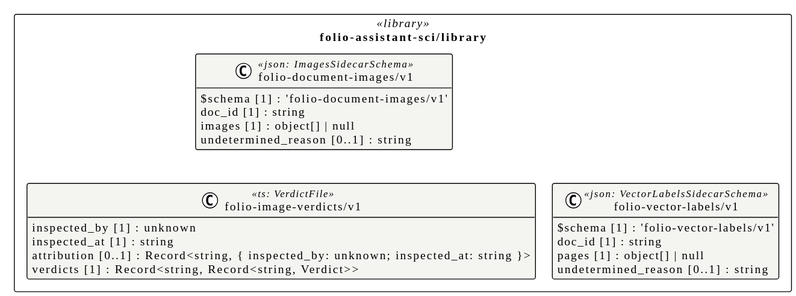
Before: assets/img/uml/overview/folio-assistant-sci/library.svg, a diagram exported from PlantUML (litlfred/smart-trust). Source of this version:
```plantuml
@startuml
!pragma layout elk
!theme plain
skinparam classAttributeIconSize 0
skinparam shadowing false
skinparam packageStyle rectangle
hide empty methods

package "folio-assistant-sci/library" as pkg_folio_assistant_sci_library <<library>> {
  class "folio-document-images/v1" as folio_assistant_sci_library_folio_document_images_v1_folio_document_images_v1 <<json: ImagesSidecarSchema>> #f4f4f1 {
    $schema [1] : 'folio-document-images/v1'
    doc_id [1] : string
    images [1] : object[] | null
    undetermined_reason [0..1] : string
  }
  class "folio-image-verdicts/v1" as folio_assistant_sci_library_folio_image_verdicts_v1 <<ts: VerdictFile>> #f4f4f1 {
    inspected_by [1] : unknown
    inspected_at [1] : string
    attribution [0..1] : Record<string, { inspected_by: unknown; inspected_at: string }>
    verdicts [1] : Record<string, Record<string, Verdict>>
  }
  class "folio-vector-labels/v1" as folio_assistant_sci_library_folio_vector_labels_v1_folio_vector_labels_v1 <<json: VectorLabelsSidecarSchema>> #f4f4f1 {
    $schema [1] : 'folio-vector-labels/v1'
    doc_id [1] : string
    pages [1] : object[] | null
    undetermined_reason [0..1] : string
  }
}
@enduml
```
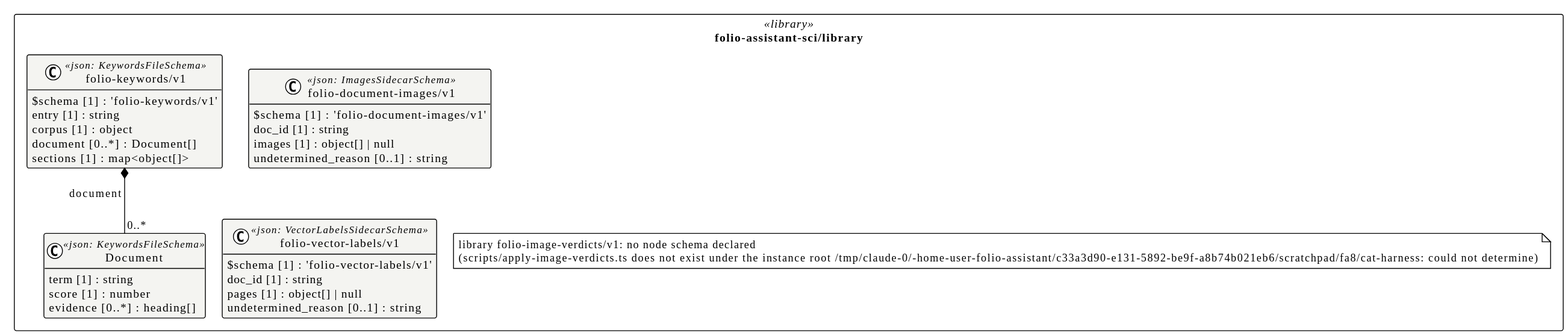
Above is the later version.

What changed in the source:
```diff
@@ -13,17 +13,26 @@
     images [1] : object[] | null
     undetermined_reason [0..1] : string
   }
-  class "folio-image-verdicts/v1" as folio_assistant_sci_library_folio_image_verdicts_v1 <<ts: VerdictFile>> #f4f4f1 {
-    inspected_by [1] : unknown
-    inspected_at [1] : string
-    attribution [0..1] : Record<string, { inspected_by: unknown; inspected_at: string }>
-    verdicts [1] : Record<string, Record<string, Verdict>>
-  }
   class "folio-vector-labels/v1" as folio_assistant_sci_library_folio_vector_labels_v1_folio_vector_labels_v1 <<json: VectorLabelsSidecarSchema>> #f4f4f1 {
     $schema [1] : 'folio-vector-labels/v1'
     doc_id [1] : string
     pages [1] : object[] | null
     undetermined_reason [0..1] : string
   }
+  class "Document" as folio_assistant_sci_library_folio_keywords_v1_Document <<json: KeywordsFileSchema>> #f4f4f1 {
+    term [1] : string
+    score [1] : number
+    evidence [0..*] : heading[]
+  }
+  class "folio-keywords/v1" as folio_assistant_sci_library_folio_keywords_v1_folio_keywords_v1 <<json: KeywordsFileSchema>> #f4f4f1 {
+    $schema [1] : 'folio-keywords/v1'
+    entry [1] : string
+    corpus [1] : object
+    document [0..*] : Document[]
+    sections [1] : map<object[]>
+  }
+  note "library folio-image-verdicts/v1: no node schema declared\n(scripts/apply-image-verdicts.ts does not exist under the instance root /tmp/claude-0/-home-user-folio-assistant/c33a3d90-e131-5892-be9f-a8b74b021eb6/scratchpad/fa8/cat-harness: could not determine)" as n_folio_assistant_sci_library_library_folio_image_verdicts_v1
 }
+
+folio_assistant_sci_library_folio_keywords_v1_folio_keywords_v1 *-- "0..*" folio_assistant_sci_library_folio_keywords_v1_Document : document
 @enduml
```
